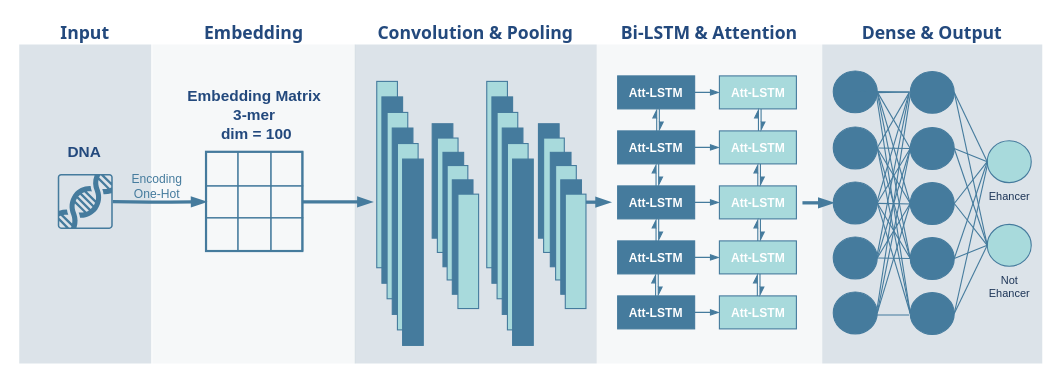
Before: model.drawio in kaze-0/figure, a draw.io diagram. Source tidied: cells renumbered, new cells numbered last; positions are measured from the earlier drawing's top-left corner, leaving out a move shared by most shapes. Both pictures are drawn from the tidied source at 110%, with x=0, y=0 at pixel (19, 19).
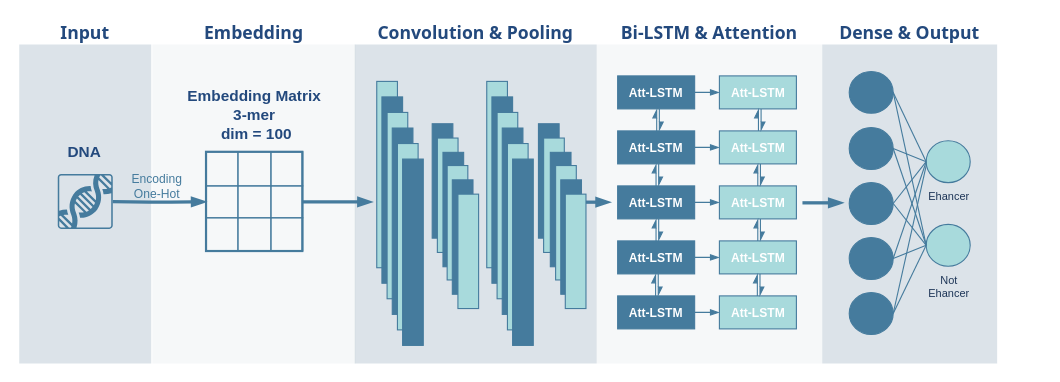
The same page after the edit.

The edit, as a diff of the source:
```diff
@@
     <mxCell id="89" value="&lt;font style=&quot;font-size: 16px;&quot; color=&quot;#23497d&quot;&gt;Dense &amp;amp; Output&lt;/font&gt;" style="swimlane;whiteSpace=wrap;fillColor=none;swimlaneFillColor=#BAC8D3;fontColor=#EEEEEE;fontFamily=Tahoma;html=1;strokeColor=none;opacity=50;labelBackgroundColor=none;" parent="1" vertex="1">
-      <mxGeometry x="730" width="200" height="313" as="geometry" />
+      <mxGeometry x="730" width="159" height="313" as="geometry" />
     </mxCell>
-    <mxCell id="90" style="verticalLabelPosition=bottom;verticalAlign=top;html=1;shape=mxgraph.flowchart.on-page_reference;strokeColor=#457B9D;fontFamily=Helvetica;fontSize=11;fontColor=#1D3557;labelBackgroundColor=default;fillColor=#457B9D;" parent="89" vertex="1">
-      <mxGeometry x="10" y="47" width="40" height="38" as="geometry" />
-    </mxCell>
-    <mxCell id="91" style="verticalLabelPosition=bottom;verticalAlign=top;html=1;shape=mxgraph.flowchart.on-page_reference;strokeColor=#457B9D;fontFamily=Helvetica;fontSize=11;fontColor=#1D3557;labelBackgroundColor=default;fillColor=#457B9D;" parent="89" vertex="1">
-      <mxGeometry x="10" y="98" width="40" height="38" as="geometry" />
-    </mxCell>
-    <mxCell id="92" style="verticalLabelPosition=bottom;verticalAlign=top;html=1;shape=mxgraph.flowchart.on-page_reference;strokeColor=#457B9D;fontFamily=Helvetica;fontSize=11;fontColor=#1D3557;labelBackgroundColor=default;fillColor=#457B9D;" parent="89" vertex="1">
-      <mxGeometry x="10" y="148" width="40" height="38" as="geometry" />
-    </mxCell>
-    <mxCell id="93" style="verticalLabelPosition=bottom;verticalAlign=top;html=1;shape=mxgraph.flowchart.on-page_reference;strokeColor=#457B9D;fontFamily=Helvetica;fontSize=11;fontColor=#1D3557;labelBackgroundColor=default;fillColor=#457B9D;" parent="89" vertex="1">
-      <mxGeometry x="10" y="198" width="40" height="38" as="geometry" />
-    </mxCell>
-    <mxCell id="94" style="verticalLabelPosition=bottom;verticalAlign=top;html=1;shape=mxgraph.flowchart.on-page_reference;strokeColor=#457B9D;fontFamily=Helvetica;fontSize=11;fontColor=#1D3557;labelBackgroundColor=default;fillColor=#457B9D;" parent="89" vertex="1">
-      <mxGeometry x="10" y="248" width="40" height="38" as="geometry" />
-    </mxCell>
     <mxCell id="95" style="verticalLabelPosition=bottom;verticalAlign=top;html=1;shape=mxgraph.flowchart.on-page_reference;strokeColor=#457B9D;fontFamily=Helvetica;fontSize=11;fontColor=#1D3557;labelBackgroundColor=default;fillColor=#457B9D;" parent="89" vertex="1">
-      <mxGeometry x="80" y="47.5" width="40" height="38" as="geometry" />
+      <mxGeometry x="24.5" y="47.5" width="40" height="38" as="geometry" />
     </mxCell>
     <mxCell id="96" style="verticalLabelPosition=bottom;verticalAlign=top;html=1;shape=mxgraph.flowchart.on-page_reference;strokeColor=#457B9D;fontFamily=Helvetica;fontSize=11;fontColor=#1D3557;labelBackgroundColor=default;fillColor=#457B9D;" parent="89" vertex="1">
-      <mxGeometry x="80" y="98.5" width="40" height="38" as="geometry" />
+      <mxGeometry x="24.5" y="98.5" width="40" height="38" as="geometry" />
     </mxCell>
     <mxCell id="97" style="verticalLabelPosition=bottom;verticalAlign=top;html=1;shape=mxgraph.flowchart.on-page_reference;strokeColor=#457B9D;fontFamily=Helvetica;fontSize=11;fontColor=#1D3557;labelBackgroundColor=default;fillColor=#457B9D;" parent="89" vertex="1">
-      <mxGeometry x="80" y="148.5" width="40" height="38" as="geometry" />
+      <mxGeometry x="24.5" y="148.5" width="40" height="38" as="geometry" />
     </mxCell>
     <mxCell id="98" style="verticalLabelPosition=bottom;verticalAlign=top;html=1;shape=mxgraph.flowchart.on-page_reference;strokeColor=#457B9D;fontFamily=Helvetica;fontSize=11;fontColor=#1D3557;labelBackgroundColor=default;fillColor=#457B9D;" parent="89" vertex="1">
-      <mxGeometry x="80" y="198.5" width="40" height="38" as="geometry" />
+      <mxGeometry x="24.5" y="198.5" width="40" height="38" as="geometry" />
     </mxCell>
     <mxCell id="99" style="verticalLabelPosition=bottom;verticalAlign=top;html=1;shape=mxgraph.flowchart.on-page_reference;strokeColor=#457B9D;fontFamily=Helvetica;fontSize=11;fontColor=#1D3557;labelBackgroundColor=default;fillColor=#457B9D;" parent="89" vertex="1">
-      <mxGeometry x="80" y="248.5" width="40" height="38" as="geometry" />
+      <mxGeometry x="24.5" y="248.5" width="40" height="38" as="geometry" />
     </mxCell>
-    <mxCell id="100" style="edgeStyle=none;jettySize=auto;html=1;rounded=1;strokeColor=#457B9D;strokeWidth=1;align=center;verticalAlign=middle;fontFamily=Helvetica;fontSize=11;fontColor=#1D3557;labelBackgroundColor=default;endArrow=none;endFill=0;curved=0;fillColor=#A8DADC;" parent="89" edge="1" target="95">
-      <mxGeometry relative="1" as="geometry">
-        <mxPoint x="30" y="65.5" as="sourcePoint" />
-      </mxGeometry>
-    </mxCell>
-    <mxCell id="101" style="edgeStyle=none;jettySize=auto;html=1;rounded=1;strokeColor=#457B9D;strokeWidth=1;align=center;verticalAlign=middle;fontFamily=Helvetica;fontSize=11;fontColor=#1D3557;labelBackgroundColor=default;endArrow=none;endFill=0;curved=0;fillColor=#A8DADC;exitX=1;exitY=0.5;exitDx=0;exitDy=0;exitPerimeter=0;entryX=0;entryY=0.5;entryDx=0;entryDy=0;entryPerimeter=0;" parent="89" edge="1" source="90" target="96">
-      <mxGeometry relative="1" as="geometry" />
-    </mxCell>
-    <mxCell id="102" style="edgeStyle=none;jettySize=auto;html=1;rounded=1;strokeColor=#457B9D;strokeWidth=1;align=center;verticalAlign=middle;fontFamily=Helvetica;fontSize=11;fontColor=#1D3557;labelBackgroundColor=default;endArrow=none;endFill=0;curved=0;fillColor=#A8DADC;exitX=1;exitY=0.5;exitDx=0;exitDy=0;exitPerimeter=0;entryX=0;entryY=0.5;entryDx=0;entryDy=0;entryPerimeter=0;" parent="89" edge="1" source="90" target="97">
-      <mxGeometry relative="1" as="geometry" />
-    </mxCell>
-    <mxCell id="103" style="edgeStyle=none;jettySize=auto;html=1;rounded=1;strokeColor=#457B9D;strokeWidth=1;align=center;verticalAlign=middle;fontFamily=Helvetica;fontSize=11;fontColor=#1D3557;labelBackgroundColor=default;endArrow=none;endFill=0;curved=0;fillColor=#A8DADC;exitX=1;exitY=0.5;exitDx=0;exitDy=0;exitPerimeter=0;entryX=0;entryY=0.5;entryDx=0;entryDy=0;entryPerimeter=0;" parent="89" edge="1" target="98">
-      <mxGeometry relative="1" as="geometry">
-        <mxPoint x="50" y="67" as="sourcePoint" />
-      </mxGeometry>
-    </mxCell>
-    <mxCell id="104" style="edgeStyle=none;jettySize=auto;html=1;rounded=1;strokeColor=#457B9D;strokeWidth=1;align=center;verticalAlign=middle;fontFamily=Helvetica;fontSize=11;fontColor=#1D3557;labelBackgroundColor=default;endArrow=none;endFill=0;curved=0;fillColor=#A8DADC;entryX=0;entryY=0.5;entryDx=0;entryDy=0;entryPerimeter=0;exitX=0.978;exitY=0.558;exitDx=0;exitDy=0;exitPerimeter=0;" parent="89" edge="1" source="90" target="99">
-      <mxGeometry relative="1" as="geometry" />
-    </mxCell>
-    <mxCell id="105" style="group;flipH=1;" parent="89" vertex="1">
-      <mxGeometry x="49" y="66.2" width="31" height="202.5" as="geometry" />
-    </mxCell>
-    <mxCell id="106" style="edgeStyle=none;orthogonalLoop=1;jettySize=auto;html=1;rounded=1;strokeColor=#457B9D;strokeWidth=1;align=center;verticalAlign=middle;fontFamily=Helvetica;fontSize=11;fontColor=#1D3557;labelBackgroundColor=default;endArrow=none;endFill=0;curved=0;fillColor=#A8DADC;" parent="105" edge="1">
-      <mxGeometry relative="1" as="geometry">
-        <mxPoint x="30" as="sourcePoint" />
-        <mxPoint y="0.5" as="targetPoint" />
-      </mxGeometry>
-    </mxCell>
-    <mxCell id="107" style="edgeStyle=none;orthogonalLoop=1;jettySize=auto;html=1;rounded=1;strokeColor=#457B9D;strokeWidth=1;align=center;verticalAlign=middle;fontFamily=Helvetica;fontSize=11;fontColor=#1D3557;labelBackgroundColor=default;endArrow=none;endFill=0;curved=0;fillColor=#A8DADC;exitX=1;exitY=0.5;exitDx=0;exitDy=0;exitPerimeter=0;entryX=0;entryY=0.5;entryDx=0;entryDy=0;entryPerimeter=0;" parent="105" edge="1">
-      <mxGeometry relative="1" as="geometry">
-        <mxPoint x="30" y="0.5" as="sourcePoint" />
-        <mxPoint y="52.5" as="targetPoint" />
-      </mxGeometry>
-    </mxCell>
-    <mxCell id="108" style="edgeStyle=none;orthogonalLoop=1;jettySize=auto;html=1;rounded=1;strokeColor=#457B9D;strokeWidth=1;align=center;verticalAlign=middle;fontFamily=Helvetica;fontSize=11;fontColor=#1D3557;labelBackgroundColor=default;endArrow=none;endFill=0;curved=0;fillColor=#A8DADC;exitX=1;exitY=0.5;exitDx=0;exitDy=0;exitPerimeter=0;entryX=0;entryY=0.5;entryDx=0;entryDy=0;entryPerimeter=0;" parent="105" edge="1">
-      <mxGeometry relative="1" as="geometry">
-        <mxPoint x="30" y="0.5" as="sourcePoint" />
-        <mxPoint y="102.5" as="targetPoint" />
-      </mxGeometry>
-    </mxCell>
-    <mxCell id="109" style="edgeStyle=none;orthogonalLoop=1;jettySize=auto;html=1;rounded=1;strokeColor=#457B9D;strokeWidth=1;align=center;verticalAlign=middle;fontFamily=Helvetica;fontSize=11;fontColor=#1D3557;labelBackgroundColor=default;endArrow=none;endFill=0;curved=0;fillColor=#A8DADC;exitX=1;exitY=0.5;exitDx=0;exitDy=0;exitPerimeter=0;entryX=0;entryY=0.5;entryDx=0;entryDy=0;entryPerimeter=0;" parent="105" edge="1">
-      <mxGeometry relative="1" as="geometry">
-        <mxPoint x="30" y="1.5" as="sourcePoint" />
-        <mxPoint y="152.5" as="targetPoint" />
-      </mxGeometry>
-    </mxCell>
-    <mxCell id="110" style="edgeStyle=none;orthogonalLoop=1;jettySize=auto;html=1;rounded=1;strokeColor=#457B9D;strokeWidth=1;align=center;verticalAlign=middle;fontFamily=Helvetica;fontSize=11;fontColor=#1D3557;labelBackgroundColor=default;endArrow=none;endFill=0;curved=0;fillColor=#A8DADC;entryX=0;entryY=0.5;entryDx=0;entryDy=0;entryPerimeter=0;exitX=0.978;exitY=0.558;exitDx=0;exitDy=0;exitPerimeter=0;" parent="105" edge="1">
-      <mxGeometry relative="1" as="geometry">
-        <mxPoint x="31" y="2.5" as="sourcePoint" />
-        <mxPoint y="202.5" as="targetPoint" />
-      </mxGeometry>
-    </mxCell>
-    <mxCell id="111" style="edgeStyle=none;jettySize=auto;html=1;rounded=1;strokeColor=#457B9D;strokeWidth=1;align=center;verticalAlign=middle;fontFamily=Helvetica;fontSize=11;fontColor=#1D3557;labelBackgroundColor=default;endArrow=none;endFill=0;curved=0;fillColor=#A8DADC;entryX=1;entryY=0.5;entryDx=0;entryDy=0;entryPerimeter=0;exitX=0;exitY=0.5;exitDx=0;exitDy=0;exitPerimeter=0;" parent="89" edge="1" source="96" target="91">
-      <mxGeometry relative="1" as="geometry" />
-    </mxCell>
-    <mxCell id="112" style="edgeStyle=none;jettySize=auto;html=1;rounded=1;strokeColor=#457B9D;strokeWidth=1;align=center;verticalAlign=middle;fontFamily=Helvetica;fontSize=11;fontColor=#1D3557;labelBackgroundColor=default;endArrow=none;endFill=0;curved=0;fillColor=#A8DADC;entryX=1;entryY=0.5;entryDx=0;entryDy=0;entryPerimeter=0;exitX=0;exitY=0.5;exitDx=0;exitDy=0;exitPerimeter=0;" parent="89" edge="1" source="97" target="91">
-      <mxGeometry relative="1" as="geometry" />
-    </mxCell>
-    <mxCell id="113" style="edgeStyle=none;jettySize=auto;html=1;rounded=1;strokeColor=#457B9D;strokeWidth=1;align=center;verticalAlign=middle;fontFamily=Helvetica;fontSize=11;fontColor=#1D3557;labelBackgroundColor=default;endArrow=none;endFill=0;curved=0;fillColor=#A8DADC;entryX=1;entryY=0.5;entryDx=0;entryDy=0;entryPerimeter=0;exitX=0;exitY=0.5;exitDx=0;exitDy=0;exitPerimeter=0;" parent="89" edge="1" source="98" target="91">
-      <mxGeometry relative="1" as="geometry" />
-    </mxCell>
-    <mxCell id="114" style="edgeStyle=none;jettySize=auto;html=1;rounded=1;strokeColor=#457B9D;strokeWidth=1;align=center;verticalAlign=middle;fontFamily=Helvetica;fontSize=11;fontColor=#1D3557;labelBackgroundColor=default;endArrow=none;endFill=0;curved=0;fillColor=#A8DADC;entryX=1;entryY=0.5;entryDx=0;entryDy=0;entryPerimeter=0;exitX=0;exitY=0.5;exitDx=0;exitDy=0;exitPerimeter=0;" parent="89" edge="1" source="99" target="91">
-      <mxGeometry relative="1" as="geometry" />
-    </mxCell>
-    <mxCell id="115" style="edgeStyle=none;jettySize=auto;html=1;rounded=1;strokeColor=#457B9D;strokeWidth=1;align=center;verticalAlign=middle;fontFamily=Helvetica;fontSize=11;fontColor=#1D3557;labelBackgroundColor=default;endArrow=none;endFill=0;curved=0;fillColor=#A8DADC;entryX=0;entryY=0.5;entryDx=0;entryDy=0;entryPerimeter=0;exitX=1;exitY=0.5;exitDx=0;exitDy=0;exitPerimeter=0;" parent="89" edge="1" source="92" target="96">
-      <mxGeometry relative="1" as="geometry" />
-    </mxCell>
-    <mxCell id="116" style="edgeStyle=none;jettySize=auto;html=1;rounded=1;strokeColor=#457B9D;strokeWidth=1;align=center;verticalAlign=middle;fontFamily=Helvetica;fontSize=11;fontColor=#1D3557;labelBackgroundColor=default;endArrow=none;endFill=0;curved=0;fillColor=#A8DADC;entryX=0;entryY=0.5;entryDx=0;entryDy=0;entryPerimeter=0;exitX=1;exitY=0.5;exitDx=0;exitDy=0;exitPerimeter=0;" parent="89" edge="1" source="93" target="96">
-      <mxGeometry relative="1" as="geometry" />
-    </mxCell>
-    <mxCell id="117" style="edgeStyle=none;jettySize=auto;html=1;rounded=1;strokeColor=#457B9D;strokeWidth=1;align=center;verticalAlign=middle;fontFamily=Helvetica;fontSize=11;fontColor=#1D3557;labelBackgroundColor=default;endArrow=none;endFill=0;curved=0;fillColor=#A8DADC;entryX=0;entryY=0.5;entryDx=0;entryDy=0;entryPerimeter=0;exitX=1;exitY=0.5;exitDx=0;exitDy=0;exitPerimeter=0;" parent="89" edge="1" source="94" target="96">
-      <mxGeometry relative="1" as="geometry" />
-    </mxCell>
-    <mxCell id="118" style="edgeStyle=none;jettySize=auto;html=1;rounded=1;strokeColor=#457B9D;strokeWidth=1;align=center;verticalAlign=middle;fontFamily=Helvetica;fontSize=11;fontColor=#1D3557;labelBackgroundColor=default;endArrow=none;endFill=0;curved=0;fillColor=#A8DADC;entryX=0;entryY=0.5;entryDx=0;entryDy=0;entryPerimeter=0;exitX=1;exitY=0.5;exitDx=0;exitDy=0;exitPerimeter=0;" parent="89" edge="1" source="94" target="97">
-      <mxGeometry relative="1" as="geometry" />
-    </mxCell>
-    <mxCell id="119" style="edgeStyle=none;jettySize=auto;html=1;rounded=1;strokeColor=#457B9D;strokeWidth=1;align=center;verticalAlign=middle;fontFamily=Helvetica;fontSize=11;fontColor=#1D3557;labelBackgroundColor=default;endArrow=none;endFill=0;curved=0;fillColor=#A8DADC;entryX=0;entryY=0.5;entryDx=0;entryDy=0;entryPerimeter=0;exitX=1;exitY=0.5;exitDx=0;exitDy=0;exitPerimeter=0;" parent="89" edge="1" source="93" target="97">
-      <mxGeometry relative="1" as="geometry" />
-    </mxCell>
-    <mxCell id="120" style="edgeStyle=none;jettySize=auto;html=1;rounded=1;strokeColor=#457B9D;strokeWidth=1;align=center;verticalAlign=middle;fontFamily=Helvetica;fontSize=11;fontColor=#1D3557;labelBackgroundColor=default;endArrow=none;endFill=0;curved=0;fillColor=#A8DADC;entryX=0.054;entryY=0.512;entryDx=0;entryDy=0;entryPerimeter=0;" parent="89" edge="1" source="92" target="97">
-      <mxGeometry relative="1" as="geometry" />
-    </mxCell>
-    <mxCell id="121" style="edgeStyle=none;jettySize=auto;html=1;rounded=1;strokeColor=#457B9D;strokeWidth=1;align=center;verticalAlign=middle;fontFamily=Helvetica;fontSize=11;fontColor=#1D3557;labelBackgroundColor=default;endArrow=none;endFill=0;curved=0;fillColor=#A8DADC;entryX=1;entryY=0.5;entryDx=0;entryDy=0;entryPerimeter=0;exitX=0;exitY=0.5;exitDx=0;exitDy=0;exitPerimeter=0;" parent="89" edge="1" source="98" target="92">
-      <mxGeometry relative="1" as="geometry" />
-    </mxCell>
-    <mxCell id="122" style="edgeStyle=none;jettySize=auto;html=1;rounded=1;strokeColor=#457B9D;strokeWidth=1;align=center;verticalAlign=middle;fontFamily=Helvetica;fontSize=11;fontColor=#1D3557;labelBackgroundColor=default;endArrow=none;endFill=0;curved=0;fillColor=#A8DADC;entryX=1;entryY=0.5;entryDx=0;entryDy=0;entryPerimeter=0;exitX=0;exitY=0.5;exitDx=0;exitDy=0;exitPerimeter=0;" parent="89" edge="1" source="99" target="92">
-      <mxGeometry relative="1" as="geometry" />
-    </mxCell>
-    <mxCell id="123" style="edgeStyle=none;jettySize=auto;html=1;rounded=1;strokeColor=#457B9D;strokeWidth=1;align=center;verticalAlign=middle;fontFamily=Helvetica;fontSize=11;fontColor=#1D3557;labelBackgroundColor=default;endArrow=none;endFill=0;curved=0;fillColor=#A8DADC;entryX=0;entryY=0.5;entryDx=0;entryDy=0;entryPerimeter=0;exitX=1;exitY=0.5;exitDx=0;exitDy=0;exitPerimeter=0;" parent="89" edge="1" source="93" target="98">
-      <mxGeometry relative="1" as="geometry" />
-    </mxCell>
-    <mxCell id="124" style="edgeStyle=none;orthogonalLoop=1;jettySize=auto;html=1;rounded=1;strokeColor=#457B9D;strokeWidth=1;align=center;verticalAlign=middle;fontFamily=Helvetica;fontSize=11;fontColor=#1D3557;labelBackgroundColor=default;endArrow=none;endFill=0;curved=0;fillColor=#A8DADC;entryX=0;entryY=0.5;entryDx=0;entryDy=0;entryPerimeter=0;exitX=1;exitY=0.5;exitDx=0;exitDy=0;exitPerimeter=0;" parent="89" edge="1">
-      <mxGeometry relative="1" as="geometry">
-        <mxPoint x="49" y="268.8" as="sourcePoint" />
-        <mxPoint x="79" y="268.8" as="targetPoint" />
-      </mxGeometry>
-    </mxCell>
     <mxCell id="125" value="Ehancer" style="verticalLabelPosition=bottom;verticalAlign=top;html=1;shape=mxgraph.flowchart.on-page_reference;strokeColor=#457B9D;fontFamily=Helvetica;fontSize=10;fontColor=#1D3557;labelBackgroundColor=none;fillColor=#A8DADC;" parent="89" vertex="1">
-      <mxGeometry x="150" y="110.5" width="40" height="38" as="geometry" />
+      <mxGeometry x="94.5" y="110.5" width="40" height="38" as="geometry" />
     </mxCell>
     <mxCell id="126" value="Not&lt;div style=&quot;font-size: 10px;&quot;&gt;Ehancer&lt;/div&gt;" style="verticalLabelPosition=bottom;verticalAlign=top;html=1;shape=mxgraph.flowchart.on-page_reference;strokeColor=#457B9D;fontFamily=Helvetica;fontSize=10;fontColor=#1D3557;labelBackgroundColor=none;fillColor=#A8DADC;" parent="89" vertex="1">
-      <mxGeometry x="150" y="186.5" width="40" height="38" as="geometry" />
+      <mxGeometry x="94.5" y="186.5" width="40" height="38" as="geometry" />
     </mxCell>
@@
-    <mxCell id="137" style="edgeStyle=orthogonalEdgeStyle;curved=0;rounded=1;orthogonalLoop=1;jettySize=auto;html=1;entryX=-0.213;entryY=0.647;entryDx=0;entryDy=0;entryPerimeter=0;strokeColor=#457B9D;strokeWidth=3;align=center;verticalAlign=middle;fontFamily=Helvetica;fontSize=11;fontColor=#1D3557;labelBackgroundColor=default;endArrow=blockThin;endFill=1;fillColor=#A8DADC;" parent="89" edge="1">
+    <mxCell id="137" style="edgeStyle=orthogonalEdgeStyle;curved=0;rounded=1;orthogonalLoop=1;jettySize=auto;html=1;strokeColor=#457B9D;strokeWidth=3;align=center;verticalAlign=middle;fontFamily=Helvetica;fontSize=11;fontColor=#1D3557;labelBackgroundColor=default;endArrow=blockThin;endFill=1;fillColor=#A8DADC;" parent="89" edge="1">
       <mxGeometry relative="1" as="geometry">
         <mxPoint x="-18" y="166.9" as="sourcePoint" />
-        <mxPoint x="10" y="166.9" as="targetPoint" />
+        <mxPoint x="19" y="167" as="targetPoint" />
       </mxGeometry>
     </mxCell>
```
